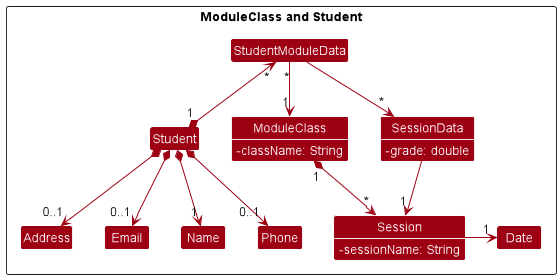
nus-cs2103-AY2223S1/tp keeps this PlantUML diagram as docs/images/StudentAndModuleClassDiagram.png. Above is the earlier version. The source it was exported from:
```plantuml
@startuml
!include style.puml
skinparam arrowThickness 1.1
skinparam arrowColor MODEL_COLOR
skinparam classBackgroundColor MODEL_COLOR

Package "ModuleClass and Student" <<Rectangle>>{
Class Student
Class ModuleClass {
    -className: String
}
Class Session {
    -sessionName: String
}
Class Date
Class StudentModuleData
Class SessionData {
    -grade: double
}
Class Address
Class Email
Class Name
Class Phone
}

Student *--> "1" Name
Student *--> "0..1" Address
Student *--> "0..1" Email
Student *--> "0..1" Phone

ModuleClass "1" *--> "*" Session

StudentModuleData "*" --> "1" ModuleClass
Student "1" *-up-> "*" StudentModuleData
StudentModuleData --> "*" SessionData

Session -right-> "1" Date
SessionData --> "1" Session


@enduml
```
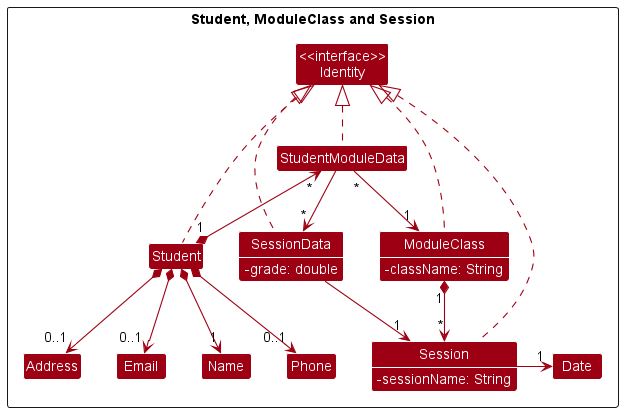
After the commit.

Commit message:
Add details about Identity interface

Change to the diagram source:
```diff
@@ -4,7 +4,8 @@
 skinparam arrowColor MODEL_COLOR
 skinparam classBackgroundColor MODEL_COLOR
 
-Package "ModuleClass and Student" <<Rectangle>>{
+Package "Student, ModuleClass and Session" <<Rectangle>>{
+Class "<<interface>>\nIdentity" as Identity
 Class Student
 Class ModuleClass {
     -className: String
@@ -27,14 +28,21 @@
 Student *--> "0..1" Address
 Student *--> "0..1" Email
 Student *--> "0..1" Phone
+Student .up.|> Identity
 
 ModuleClass "1" *--> "*" Session
+ModuleClass .up.|> Identity
 
+StudentModuleData .up.|> Identity
 StudentModuleData "*" --> "1" ModuleClass
+
 Student "1" *-up-> "*" StudentModuleData
 StudentModuleData --> "*" SessionData
 
 Session -right-> "1" Date
+Session .up.|> Identity
+
+SessionData .up.|> Identity
 SessionData --> "1" Session
 
 
```
